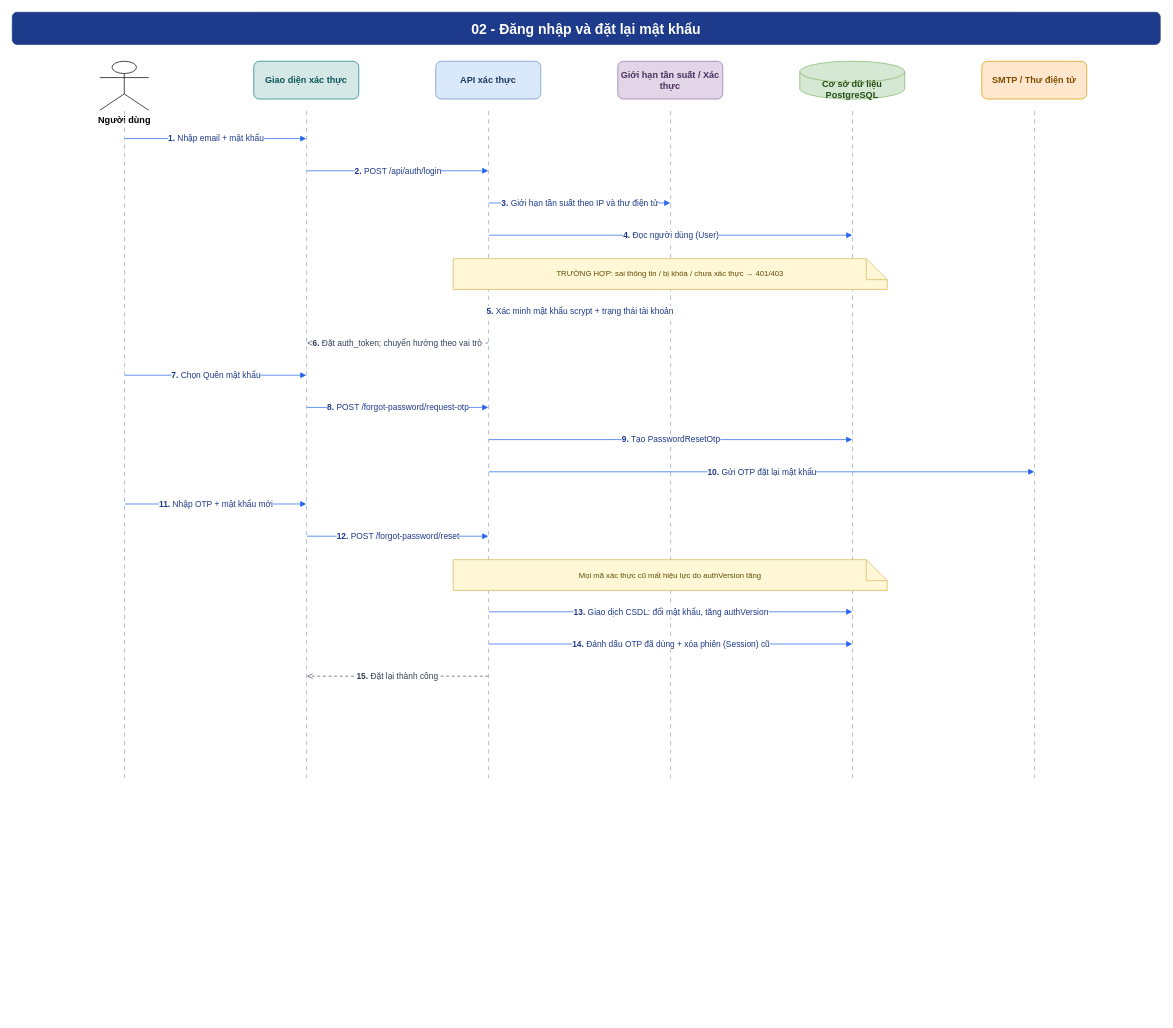
Before: page "02 - Đăng nhập và đặt lại mật khẩu" (3 of 18) of docs/finncenter-sequence-diagrams.drawio in vunguyen00/final-pj, a draw.io diagram. Source tidied: cells renumbered, new cells numbered last; positions are measured from the earlier drawing's top-left corner, leaving out a move shared by most shapes. Both pictures are drawn from the tidied source at 70%, with x=0, y=0 at pixel (12, 12).
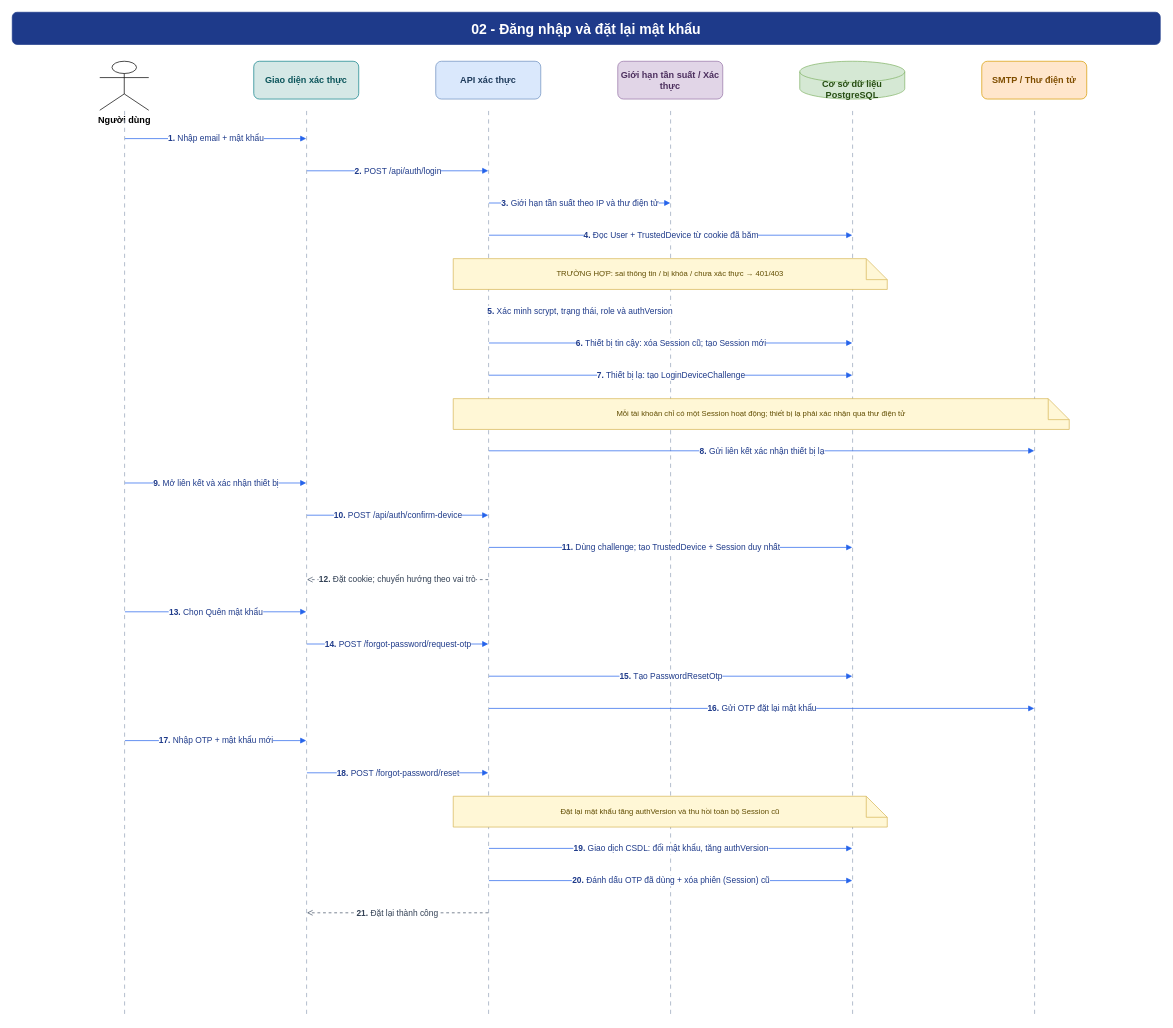
Above is the later version.

The change refers to these unchanged cells:
```xml
<mxCell id="36" style="opacity=0;fillOpacity=0;strokeOpacity=0;" parent="1" vertex="1">
  <mxGeometry x="680" y="318" width="1" height="1" as="geometry" />
</mxCell>
<mxCell id="37" style="opacity=0;fillOpacity=0;strokeOpacity=0;" parent="1" vertex="1">
  <mxGeometry x="1200" y="318" width="1" height="1" as="geometry" />
</mxCell>
<mxCell id="40" style="opacity=0;fillOpacity=0;strokeOpacity=0;" parent="1" vertex="1">
  <mxGeometry x="680" y="426" width="1" height="1" as="geometry" />
</mxCell>
<mxCell id="41" style="opacity=0;fillOpacity=0;strokeOpacity=0;" parent="1" vertex="1">
  <mxGeometry x="940" y="426" width="1" height="1" as="geometry" />
</mxCell>
<mxCell id="43" style="opacity=0;fillOpacity=0;strokeOpacity=0;" parent="1" vertex="1">
  <mxGeometry x="680" y="472" width="1" height="1" as="geometry" />
</mxCell>
<mxCell id="71" style="opacity=0;fillOpacity=0;strokeOpacity=0;" parent="1" vertex="1">
  <mxGeometry x="680" y="948" width="1" height="1" as="geometry" />
</mxCell>
```

Change to the diagram source:
```diff
@@
     <mxCell id="5" style="opacity=0;fillOpacity=0;strokeOpacity=0;" parent="1" vertex="1">
-      <mxGeometry x="160" y="1094" width="1" height="1" as="geometry" />
+      <mxGeometry x="160" y="1432" width="1" height="1" as="geometry" />
     </mxCell>
@@
     <mxCell id="9" style="opacity=0;fillOpacity=0;strokeOpacity=0;" parent="1" vertex="1">
-      <mxGeometry x="420" y="1094" width="1" height="1" as="geometry" />
+      <mxGeometry x="420" y="1432" width="1" height="1" as="geometry" />
     </mxCell>
@@
     <mxCell id="13" style="opacity=0;fillOpacity=0;strokeOpacity=0;" parent="1" vertex="1">
-      <mxGeometry x="680" y="1094" width="1" height="1" as="geometry" />
+      <mxGeometry x="680" y="1432" width="1" height="1" as="geometry" />
     </mxCell>
@@
     <mxCell id="17" style="opacity=0;fillOpacity=0;strokeOpacity=0;" parent="1" vertex="1">
-      <mxGeometry x="940" y="1094" width="1" height="1" as="geometry" />
+      <mxGeometry x="940" y="1432" width="1" height="1" as="geometry" />
     </mxCell>
@@
     <mxCell id="21" style="opacity=0;fillOpacity=0;strokeOpacity=0;" parent="1" vertex="1">
-      <mxGeometry x="1200" y="1094" width="1" height="1" as="geometry" />
+      <mxGeometry x="1200" y="1432" width="1" height="1" as="geometry" />
     </mxCell>
@@
     <mxCell id="25" style="opacity=0;fillOpacity=0;strokeOpacity=0;" parent="1" vertex="1">
-      <mxGeometry x="1460" y="1094" width="1" height="1" as="geometry" />
+      <mxGeometry x="1460" y="1432" width="1" height="1" as="geometry" />
     </mxCell>
@@
-    <mxCell id="38" value="&lt;b&gt;4.&lt;/b&gt; Đọc người dùng (User)" style="endArrow=block;endFill=1;strokeColor=#2563eb;fontColor=#1e3a8a;fontSize=12;html=1;labelBackgroundColor=#ffffff;" parent="1" edge="1" source="36" target="37">
+    <mxCell id="38" value="&lt;b&gt;4.&lt;/b&gt; Đọc User + TrustedDevice từ cookie đã băm" style="endArrow=block;endFill=1;strokeColor=#2563eb;fontColor=#1e3a8a;fontSize=12;html=1;labelBackgroundColor=#ffffff;" parent="1" edge="1" source="36" target="37">
       <mxGeometry relative="1" as="geometry" />
     </mxCell>
@@
-    <mxCell id="42" value="&lt;b&gt;5.&lt;/b&gt; Xác minh mật khẩu scrypt + trạng thái tài khoản" style="endArrow=block;endFill=1;strokeColor=#2563eb;fontColor=#1e3a8a;fontSize=12;html=1;labelBackgroundColor=#ffffff;" parent="1" edge="1" source="40" target="41">
+    <mxCell id="42" value="&lt;b&gt;5.&lt;/b&gt; Xác minh scrypt, trạng thái, role và authVersion" style="endArrow=block;endFill=1;strokeColor=#2563eb;fontColor=#1e3a8a;fontSize=12;html=1;labelBackgroundColor=#ffffff;" parent="1" edge="1" source="40" target="41">
       <mxGeometry relative="1" as="geometry" />
     </mxCell>
@@
     <mxCell id="44" style="opacity=0;fillOpacity=0;strokeOpacity=0;" parent="1" vertex="1">
-      <mxGeometry x="420" y="472" width="1" height="1" as="geometry" />
+      <mxGeometry x="1200" y="472" width="1" height="1" as="geometry" />
     </mxCell>
-    <mxCell id="45" value="&lt;b&gt;6.&lt;/b&gt; Đặt auth_token; chuyển hướng theo vai trò" style="endArrow=open;endFill=0;dashed=1;dashPattern=4 4;strokeColor=#475569;fontColor=#334155;fontSize=12;html=1;labelBackgroundColor=#ffffff;" parent="1" edge="1" source="43" target="44">
+    <mxCell id="45" value="&lt;b&gt;6.&lt;/b&gt; Thiết bị tin cậy: xóa Session cũ; tạo Session mới" style="endArrow=block;endFill=1;strokeColor=#2563eb;fontColor=#1e3a8a;fontSize=12;html=1;labelBackgroundColor=#ffffff;" parent="1" edge="1" source="43" target="44">
       <mxGeometry relative="1" as="geometry" />
     </mxCell>
     <mxCell id="46" style="opacity=0;fillOpacity=0;strokeOpacity=0;" parent="1" vertex="1">
-      <mxGeometry x="160" y="518" width="1" height="1" as="geometry" />
+      <mxGeometry x="680" y="518" width="1" height="1" as="geometry" />
     </mxCell>
     <mxCell id="47" style="opacity=0;fillOpacity=0;strokeOpacity=0;" parent="1" vertex="1">
-      <mxGeometry x="420" y="518" width="1" height="1" as="geometry" />
+      <mxGeometry x="1200" y="518" width="1" height="1" as="geometry" />
     </mxCell>
-    <mxCell id="48" value="&lt;b&gt;7.&lt;/b&gt; Chọn Quên mật khẩu" style="endArrow=block;endFill=1;strokeColor=#2563eb;fontColor=#1e3a8a;fontSize=12;html=1;labelBackgroundColor=#ffffff;" parent="1" edge="1" source="46" target="47">
+    <mxCell id="48" value="&lt;b&gt;7.&lt;/b&gt; Thiết bị lạ: tạo LoginDeviceChallenge" style="endArrow=block;endFill=1;strokeColor=#2563eb;fontColor=#1e3a8a;fontSize=12;html=1;labelBackgroundColor=#ffffff;" parent="1" edge="1" source="46" target="47">
       <mxGeometry relative="1" as="geometry" />
     </mxCell>
+    <mxCell id="74" value="Mỗi tài khoản chỉ có một Session hoạt động; thiết bị lạ phải xác nhận qua thư điện tử" style="shape=note;whiteSpace=wrap;html=1;fillColor=#fff7d6;strokeColor=#d6b656;fontColor=#604c00;fontSize=11;spacing=8;" parent="1" vertex="1">
+      <mxGeometry x="630" y="552" width="880" height="44" as="geometry" />
+    </mxCell>
     <mxCell id="49" style="opacity=0;fillOpacity=0;strokeOpacity=0;" parent="1" vertex="1">
-      <mxGeometry x="420" y="564" width="1" height="1" as="geometry" />
+      <mxGeometry x="680" y="626" width="1" height="1" as="geometry" />
     </mxCell>
     <mxCell id="50" style="opacity=0;fillOpacity=0;strokeOpacity=0;" parent="1" vertex="1">
-      <mxGeometry x="680" y="564" width="1" height="1" as="geometry" />
+      <mxGeometry x="1460" y="626" width="1" height="1" as="geometry" />
     </mxCell>
-    <mxCell id="51" value="&lt;b&gt;8.&lt;/b&gt; POST /forgot-password/request-otp" style="endArrow=block;endFill=1;strokeColor=#2563eb;fontColor=#1e3a8a;fontSize=12;html=1;labelBackgroundColor=#ffffff;" parent="1" edge="1" source="49" target="50">
+    <mxCell id="51" value="&lt;b&gt;8.&lt;/b&gt; Gửi liên kết xác nhận thiết bị lạ" style="endArrow=block;endFill=1;strokeColor=#2563eb;fontColor=#1e3a8a;fontSize=12;html=1;labelBackgroundColor=#ffffff;" parent="1" edge="1" source="49" target="50">
       <mxGeometry relative="1" as="geometry" />
     </mxCell>
     <mxCell id="52" style="opacity=0;fillOpacity=0;strokeOpacity=0;" parent="1" vertex="1">
-      <mxGeometry x="680" y="610" width="1" height="1" as="geometry" />
+      <mxGeometry x="160" y="672" width="1" height="1" as="geometry" />
     </mxCell>
     <mxCell id="53" style="opacity=0;fillOpacity=0;strokeOpacity=0;" parent="1" vertex="1">
-      <mxGeometry x="1200" y="610" width="1" height="1" as="geometry" />
+      <mxGeometry x="420" y="672" width="1" height="1" as="geometry" />
     </mxCell>
-    <mxCell id="54" value="&lt;b&gt;9.&lt;/b&gt; Tạo PasswordResetOtp" style="endArrow=block;endFill=1;strokeColor=#2563eb;fontColor=#1e3a8a;fontSize=12;html=1;labelBackgroundColor=#ffffff;" parent="1" edge="1" source="52" target="53">
+    <mxCell id="54" value="&lt;b&gt;9.&lt;/b&gt; Mở liên kết và xác nhận thiết bị" style="endArrow=block;endFill=1;strokeColor=#2563eb;fontColor=#1e3a8a;fontSize=12;html=1;labelBackgroundColor=#ffffff;" parent="1" edge="1" source="52" target="53">
       <mxGeometry relative="1" as="geometry" />
     </mxCell>
     <mxCell id="55" style="opacity=0;fillOpacity=0;strokeOpacity=0;" parent="1" vertex="1">
-      <mxGeometry x="680" y="656" width="1" height="1" as="geometry" />
+      <mxGeometry x="420" y="718" width="1" height="1" as="geometry" />
     </mxCell>
     <mxCell id="56" style="opacity=0;fillOpacity=0;strokeOpacity=0;" parent="1" vertex="1">
-      <mxGeometry x="1460" y="656" width="1" height="1" as="geometry" />
+      <mxGeometry x="680" y="718" width="1" height="1" as="geometry" />
     </mxCell>
-    <mxCell id="57" value="&lt;b&gt;10.&lt;/b&gt; Gửi OTP đặt lại mật khẩu" style="endArrow=block;endFill=1;strokeColor=#2563eb;fontColor=#1e3a8a;fontSize=12;html=1;labelBackgroundColor=#ffffff;" parent="1" edge="1" source="55" target="56">
+    <mxCell id="57" value="&lt;b&gt;10.&lt;/b&gt; POST /api/auth/confirm-device" style="endArrow=block;endFill=1;strokeColor=#2563eb;fontColor=#1e3a8a;fontSize=12;html=1;labelBackgroundColor=#ffffff;" parent="1" edge="1" source="55" target="56">
       <mxGeometry relative="1" as="geometry" />
     </mxCell>
     <mxCell id="58" style="opacity=0;fillOpacity=0;strokeOpacity=0;" parent="1" vertex="1">
-      <mxGeometry x="160" y="702" width="1" height="1" as="geometry" />
+      <mxGeometry x="680" y="764" width="1" height="1" as="geometry" />
     </mxCell>
     <mxCell id="59" style="opacity=0;fillOpacity=0;strokeOpacity=0;" parent="1" vertex="1">
-      <mxGeometry x="420" y="702" width="1" height="1" as="geometry" />
+      <mxGeometry x="1200" y="764" width="1" height="1" as="geometry" />
     </mxCell>
-    <mxCell id="60" value="&lt;b&gt;11.&lt;/b&gt; Nhập OTP + mật khẩu mới" style="endArrow=block;endFill=1;strokeColor=#2563eb;fontColor=#1e3a8a;fontSize=12;html=1;labelBackgroundColor=#ffffff;" parent="1" edge="1" source="58" target="59">
+    <mxCell id="60" value="&lt;b&gt;11.&lt;/b&gt; Dùng challenge; tạo TrustedDevice + Session duy nhất" style="endArrow=block;endFill=1;strokeColor=#2563eb;fontColor=#1e3a8a;fontSize=12;html=1;labelBackgroundColor=#ffffff;" parent="1" edge="1" source="58" target="59">
       <mxGeometry relative="1" as="geometry" />
     </mxCell>
     <mxCell id="61" style="opacity=0;fillOpacity=0;strokeOpacity=0;" parent="1" vertex="1">
-      <mxGeometry x="420" y="748" width="1" height="1" as="geometry" />
+      <mxGeometry x="680" y="810" width="1" height="1" as="geometry" />
     </mxCell>
     <mxCell id="62" style="opacity=0;fillOpacity=0;strokeOpacity=0;" parent="1" vertex="1">
-      <mxGeometry x="680" y="748" width="1" height="1" as="geometry" />
+      <mxGeometry x="420" y="810" width="1" height="1" as="geometry" />
     </mxCell>
-    <mxCell id="63" value="&lt;b&gt;12.&lt;/b&gt; POST /forgot-password/reset" style="endArrow=block;endFill=1;strokeColor=#2563eb;fontColor=#1e3a8a;fontSize=12;html=1;labelBackgroundColor=#ffffff;" parent="1" edge="1" source="61" target="62">
+    <mxCell id="63" value="&lt;b&gt;12.&lt;/b&gt; Đặt cookie; chuyển hướng theo vai trò" style="endArrow=open;endFill=0;dashed=1;dashPattern=4 4;strokeColor=#475569;fontColor=#334155;fontSize=12;html=1;labelBackgroundColor=#ffffff;" parent="1" edge="1" source="61" target="62">
       <mxGeometry relative="1" as="geometry" />
     </mxCell>
-    <mxCell id="64" value="Mọi mã xác thực cũ mất hiệu lực do authVersion tăng" style="shape=note;whiteSpace=wrap;html=1;fillColor=#fff7d6;strokeColor=#d6b656;fontColor=#604c00;fontSize=11;spacing=8;" parent="1" vertex="1">
-      <mxGeometry x="630" y="782" width="620" height="44" as="geometry" />
-    </mxCell>
     <mxCell id="65" style="opacity=0;fillOpacity=0;strokeOpacity=0;" parent="1" vertex="1">
-      <mxGeometry x="680" y="856" width="1" height="1" as="geometry" />
+      <mxGeometry x="160" y="856" width="1" height="1" as="geometry" />
     </mxCell>
     <mxCell id="66" style="opacity=0;fillOpacity=0;strokeOpacity=0;" parent="1" vertex="1">
-      <mxGeometry x="1200" y="856" width="1" height="1" as="geometry" />
+      <mxGeometry x="420" y="856" width="1" height="1" as="geometry" />
     </mxCell>
-    <mxCell id="67" value="&lt;b&gt;13.&lt;/b&gt; Giao dịch CSDL: đổi mật khẩu, tăng authVersion" style="endArrow=block;endFill=1;strokeColor=#2563eb;fontColor=#1e3a8a;fontSize=12;html=1;labelBackgroundColor=#ffffff;" parent="1" edge="1" source="65" target="66">
+    <mxCell id="67" value="&lt;b&gt;13.&lt;/b&gt; Chọn Quên mật khẩu" style="endArrow=block;endFill=1;strokeColor=#2563eb;fontColor=#1e3a8a;fontSize=12;html=1;labelBackgroundColor=#ffffff;" parent="1" edge="1" source="65" target="66">
       <mxGeometry relative="1" as="geometry" />
     </mxCell>
     <mxCell id="68" style="opacity=0;fillOpacity=0;strokeOpacity=0;" parent="1" vertex="1">
-      <mxGeometry x="680" y="902" width="1" height="1" as="geometry" />
+      <mxGeometry x="420" y="902" width="1" height="1" as="geometry" />
     </mxCell>
     <mxCell id="69" style="opacity=0;fillOpacity=0;strokeOpacity=0;" parent="1" vertex="1">
-      <mxGeometry x="1200" y="902" width="1" height="1" as="geometry" />
+      <mxGeometry x="680" y="902" width="1" height="1" as="geometry" />
     </mxCell>
-    <mxCell id="70" value="&lt;b&gt;14.&lt;/b&gt; Đánh dấu OTP đã dùng + xóa phiên (Session) cũ" style="endArrow=block;endFill=1;strokeColor=#2563eb;fontColor=#1e3a8a;fontSize=12;html=1;labelBackgroundColor=#ffffff;" parent="1" edge="1" source="68" target="69">
+    <mxCell id="70" value="&lt;b&gt;14.&lt;/b&gt; POST /forgot-password/request-otp" style="endArrow=block;endFill=1;strokeColor=#2563eb;fontColor=#1e3a8a;fontSize=12;html=1;labelBackgroundColor=#ffffff;" parent="1" edge="1" source="68" target="69">
       <mxGeometry relative="1" as="geometry" />
     </mxCell>
@@
     <mxCell id="72" style="opacity=0;fillOpacity=0;strokeOpacity=0;" parent="1" vertex="1">
-      <mxGeometry x="420" y="948" width="1" height="1" as="geometry" />
+      <mxGeometry x="1200" y="948" width="1" height="1" as="geometry" />
     </mxCell>
-    <mxCell id="73" value="&lt;b&gt;15.&lt;/b&gt; Đặt lại thành công" style="endArrow=open;endFill=0;dashed=1;dashPattern=4 4;strokeColor=#475569;fontColor=#334155;fontSize=12;html=1;labelBackgroundColor=#ffffff;" parent="1" edge="1" source="71" target="72">
+    <mxCell id="73" value="&lt;b&gt;15.&lt;/b&gt; Tạo PasswordResetOtp" style="endArrow=block;endFill=1;strokeColor=#2563eb;fontColor=#1e3a8a;fontSize=12;html=1;labelBackgroundColor=#ffffff;" parent="1" edge="1" source="71" target="72">
       <mxGeometry relative="1" as="geometry" />
     </mxCell>
+    <mxCell id="75" style="opacity=0;fillOpacity=0;strokeOpacity=0;" parent="1" vertex="1">
+      <mxGeometry x="680" y="994" width="1" height="1" as="geometry" />
+    </mxCell>
+    <mxCell id="76" style="opacity=0;fillOpacity=0;strokeOpacity=0;" parent="1" vertex="1">
+      <mxGeometry x="1460" y="994" width="1" height="1" as="geometry" />
+    </mxCell>
+    <mxCell id="77" value="&lt;b&gt;16.&lt;/b&gt; Gửi OTP đặt lại mật khẩu" style="endArrow=block;endFill=1;strokeColor=#2563eb;fontColor=#1e3a8a;fontSize=12;html=1;labelBackgroundColor=#ffffff;" parent="1" edge="1" source="75" target="76">
+      <mxGeometry relative="1" as="geometry" />
+    </mxCell>
+    <mxCell id="78" style="opacity=0;fillOpacity=0;strokeOpacity=0;" parent="1" vertex="1">
+      <mxGeometry x="160" y="1040" width="1" height="1" as="geometry" />
+    </mxCell>
+    <mxCell id="79" style="opacity=0;fillOpacity=0;strokeOpacity=0;" parent="1" vertex="1">
+      <mxGeometry x="420" y="1040" width="1" height="1" as="geometry" />
+    </mxCell>
+    <mxCell id="80" value="&lt;b&gt;17.&lt;/b&gt; Nhập OTP + mật khẩu mới" style="endArrow=block;endFill=1;strokeColor=#2563eb;fontColor=#1e3a8a;fontSize=12;html=1;labelBackgroundColor=#ffffff;" parent="1" edge="1" source="78" target="79">
+      <mxGeometry relative="1" as="geometry" />
+    </mxCell>
+    <mxCell id="81" style="opacity=0;fillOpacity=0;strokeOpacity=0;" parent="1" vertex="1">
+      <mxGeometry x="420" y="1086" width="1" height="1" as="geometry" />
+    </mxCell>
+    <mxCell id="82" style="opacity=0;fillOpacity=0;strokeOpacity=0;" parent="1" vertex="1">
+      <mxGeometry x="680" y="1086" width="1" height="1" as="geometry" />
+    </mxCell>
+    <mxCell id="83" value="&lt;b&gt;18.&lt;/b&gt; POST /forgot-password/reset" style="endArrow=block;endFill=1;strokeColor=#2563eb;fontColor=#1e3a8a;fontSize=12;html=1;labelBackgroundColor=#ffffff;" parent="1" edge="1" source="81" target="82">
+      <mxGeometry relative="1" as="geometry" />
+    </mxCell>
+    <mxCell id="84" value="Đặt lại mật khẩu tăng authVersion và thu hồi toàn bộ Session cũ" style="shape=note;whiteSpace=wrap;html=1;fillColor=#fff7d6;strokeColor=#d6b656;fontColor=#604c00;fontSize=11;spacing=8;" parent="1" vertex="1">
+      <mxGeometry x="630" y="1120" width="620" height="44" as="geometry" />
+    </mxCell>
+    <mxCell id="85" style="opacity=0;fillOpacity=0;strokeOpacity=0;" parent="1" vertex="1">
+      <mxGeometry x="680" y="1194" width="1" height="1" as="geometry" />
+    </mxCell>
+    <mxCell id="86" style="opacity=0;fillOpacity=0;strokeOpacity=0;" parent="1" vertex="1">
+      <mxGeometry x="1200" y="1194" width="1" height="1" as="geometry" />
+    </mxCell>
+    <mxCell id="87" value="&lt;b&gt;19.&lt;/b&gt; Giao dịch CSDL: đổi mật khẩu, tăng authVersion" style="endArrow=block;endFill=1;strokeColor=#2563eb;fontColor=#1e3a8a;fontSize=12;html=1;labelBackgroundColor=#ffffff;" parent="1" edge="1" source="85" target="86">
+      <mxGeometry relative="1" as="geometry" />
+    </mxCell>
+    <mxCell id="88" style="opacity=0;fillOpacity=0;strokeOpacity=0;" parent="1" vertex="1">
+      <mxGeometry x="680" y="1240" width="1" height="1" as="geometry" />
+    </mxCell>
+    <mxCell id="89" style="opacity=0;fillOpacity=0;strokeOpacity=0;" parent="1" vertex="1">
+      <mxGeometry x="1200" y="1240" width="1" height="1" as="geometry" />
+    </mxCell>
+    <mxCell id="90" value="&lt;b&gt;20.&lt;/b&gt; Đánh dấu OTP đã dùng + xóa phiên (Session) cũ" style="endArrow=block;endFill=1;strokeColor=#2563eb;fontColor=#1e3a8a;fontSize=12;html=1;labelBackgroundColor=#ffffff;" parent="1" edge="1" source="88" target="89">
+      <mxGeometry relative="1" as="geometry" />
+    </mxCell>
+    <mxCell id="91" style="opacity=0;fillOpacity=0;strokeOpacity=0;" parent="1" vertex="1">
+      <mxGeometry x="680" y="1286" width="1" height="1" as="geometry" />
+    </mxCell>
+    <mxCell id="92" style="opacity=0;fillOpacity=0;strokeOpacity=0;" parent="1" vertex="1">
+      <mxGeometry x="420" y="1286" width="1" height="1" as="geometry" />
+    </mxCell>
+    <mxCell id="93" value="&lt;b&gt;21.&lt;/b&gt; Đặt lại thành công" style="endArrow=open;endFill=0;dashed=1;dashPattern=4 4;strokeColor=#475569;fontColor=#334155;fontSize=12;html=1;labelBackgroundColor=#ffffff;" parent="1" edge="1" source="91" target="92">
+      <mxGeometry relative="1" as="geometry" />
+    </mxCell>
```
